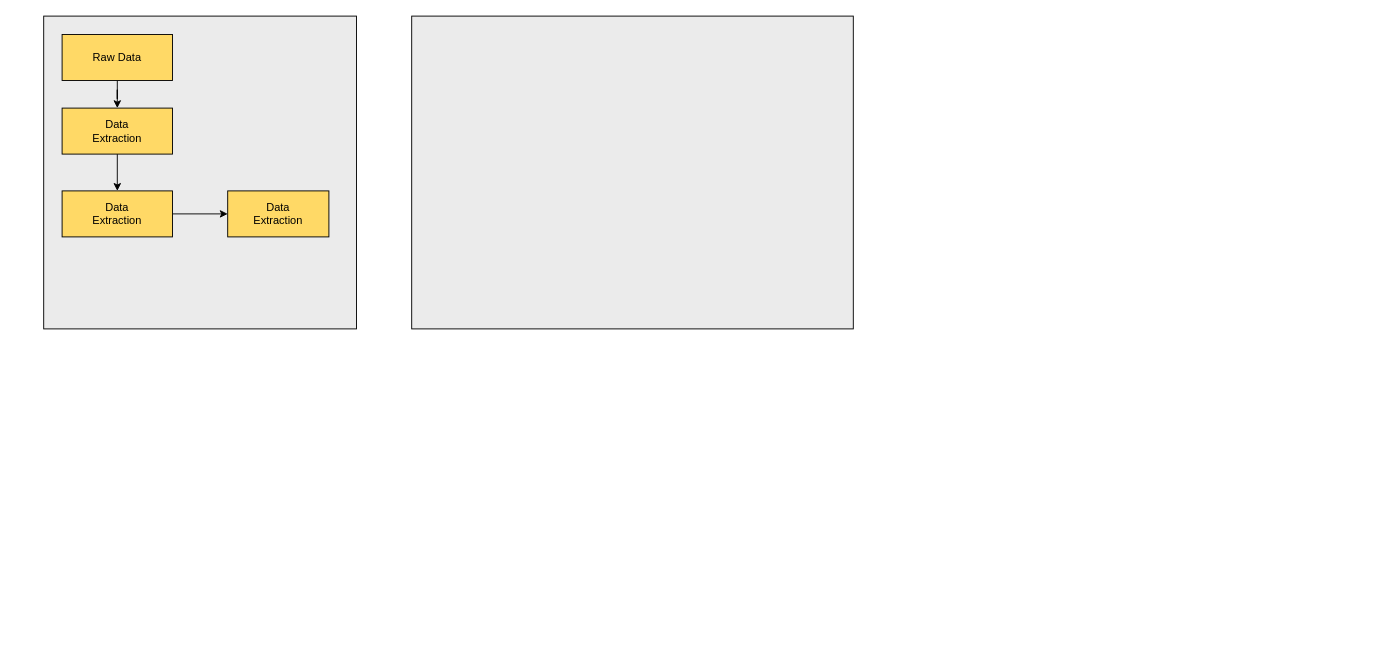
The draw.io diagram covid-tracker/Untitled Diagram.drawio in thorat-pratik/covid-tracker, before the edit. Source tidied: cells renumbered, new cells numbered last; positions are measured from the earlier drawing's top-left corner, leaving out a move shared by most shapes. Both pictures are drawn from the tidied source at 92%, with x=0, y=0 at pixel (43, 16).
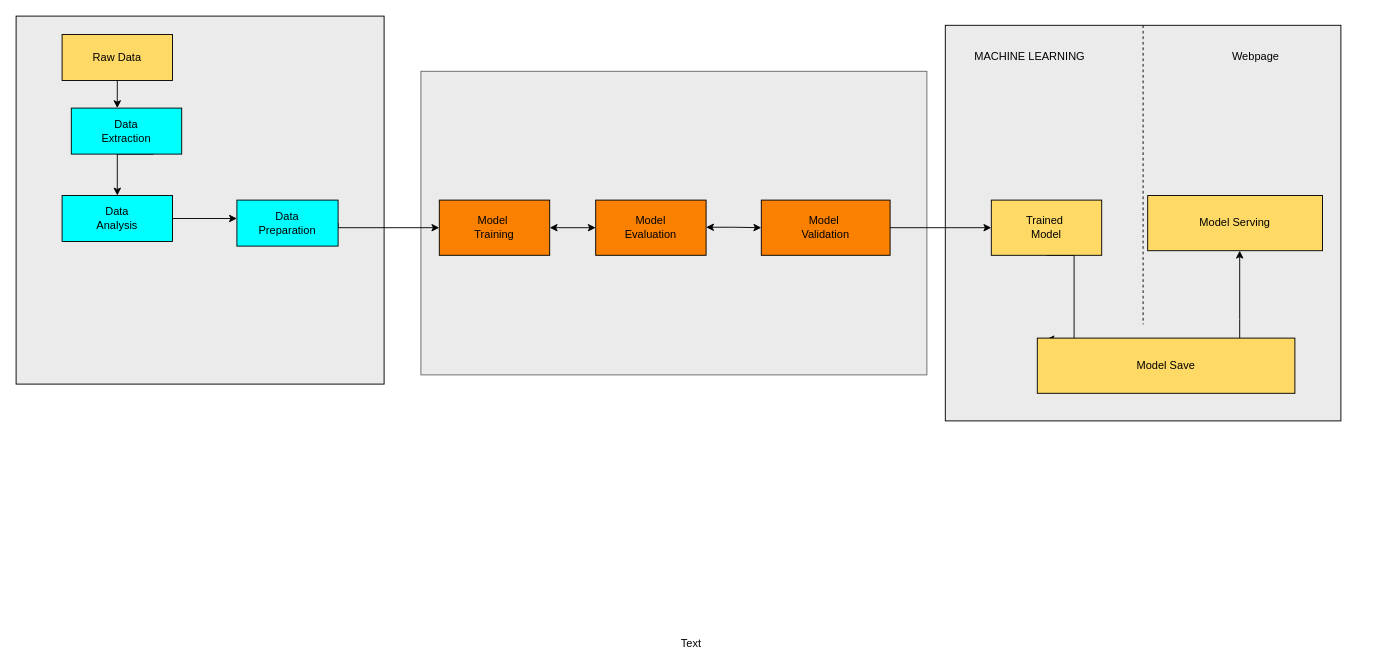
After the change.

The change refers to these unchanged cells:
```xml
<mxCell id="4" value="Raw Data" style="rounded=0;whiteSpace=wrap;html=1;fillColor=#FFD966;" parent="1" vertex="1">
  <mxGeometry x="20" y="20" width="120" height="50" as="geometry" />
</mxCell>
```

Diff of the diagram source:
```diff
@@
-    <mxCell id="2" style="whiteSpace=wrap;html=1;fillColor=#EBEBEB;" parent="1" vertex="1">
-      <mxGeometry width="340" height="340" as="geometry" />
-    </mxCell>
-    <mxCell id="3" style="edgeStyle=orthogonalEdgeStyle;rounded=0;jettySize=auto;html=1;" parent="1" edge="1" source="4" target="6">
-      <mxGeometry relative="1" as="geometry" />
-    </mxCell>
+    <mxCell id="11" style="whiteSpace=wrap;html=1;fillColor=#EBEBEB;gradientColor=none;" parent="1" vertex="1">
+      <mxGeometry x="-30" width="400" height="400" as="geometry" />
+    </mxCell>
+    <mxCell id="12" style="edgeStyle=orthogonalEdgeStyle;rounded=0;jettySize=auto;html=1;entryX=0.5;entryY=0;entryDx=0;entryDy=0;" parent="1" edge="1" target="33">
+      <mxGeometry relative="1" as="geometry">
+        <mxPoint x="119.5" y="150" as="sourcePoint" />
+        <Array as="points">
+          <mxPoint x="80" y="150" />
+        </Array>
+      </mxGeometry>
+    </mxCell>
+    <mxCell id="13" style="rounded=0;whiteSpace=wrap;html=1;fillColor=#EBEBEB;strokeColor=#666666;fontColor=#333333;gradientColor=none;" parent="1" vertex="1">
+      <mxGeometry x="410" y="60" width="550" height="330" as="geometry" />
+    </mxCell>
+    <mxCell id="14" style="edgeStyle=orthogonalEdgeStyle;rounded=0;jettySize=auto;html=1;" parent="1" edge="1" source="4" target="15">
+      <mxGeometry relative="1" as="geometry">
+        <Array as="points">
+          <mxPoint x="80" y="90" />
+          <mxPoint x="80" y="90" />
+        </Array>
+      </mxGeometry>
+    </mxCell>
@@
-    <mxCell id="5" style="edgeStyle=orthogonalEdgeStyle;rounded=0;jettySize=auto;html=1;" parent="1" edge="1" source="6" target="8">
-      <mxGeometry relative="1" as="geometry" />
-    </mxCell>
-    <mxCell id="6" value="Data &lt;br&gt;Extraction" style="rounded=0;whiteSpace=wrap;html=1;fillColor=#FFD966;" parent="1" vertex="1">
-      <mxGeometry x="20" y="100" width="120" height="50" as="geometry" />
-    </mxCell>
-    <mxCell id="7" style="edgeStyle=orthogonalEdgeStyle;rounded=0;jettySize=auto;html=1;" parent="1" edge="1" source="8" target="9">
-      <mxGeometry relative="1" as="geometry" />
-    </mxCell>
-    <mxCell id="8" value="Data &lt;br&gt;Extraction" style="rounded=0;whiteSpace=wrap;html=1;fillColor=#FFD966;" parent="1" vertex="1">
-      <mxGeometry x="20" y="190" width="120" height="50" as="geometry" />
-    </mxCell>
-    <mxCell id="9" value="Data &lt;br&gt;Extraction" style="rounded=0;whiteSpace=wrap;html=1;fillColor=#FFD966;" parent="1" vertex="1">
-      <mxGeometry x="200" y="190" width="110" height="50" as="geometry" />
-    </mxCell>
-    <mxCell id="10" style="rounded=0;whiteSpace=wrap;html=1;fillColor=#EBEBEB;" parent="1" vertex="1">
-      <mxGeometry x="400" width="480" height="340" as="geometry" />
-    </mxCell>
+    <mxCell id="15" value="Data &lt;br&gt;Extraction" style="rounded=0;whiteSpace=wrap;html=1;fillColor=#00FFFF;" parent="1" vertex="1">
+      <mxGeometry x="30" y="100" width="120" height="50" as="geometry" />
+    </mxCell>
+    <mxCell id="16" style="endArrow=classic;startArrow=none;html=1;rounded=0;entryX=0;entryY=0.5;entryDx=0;entryDy=0;" parent="1" edge="1" target="17">
+      <mxGeometry relative="1" as="geometry">
+        <mxPoint x="320" y="225" as="sourcePoint" />
+        <Array as="points">
+          <mxPoint x="320" y="230" />
+        </Array>
+      </mxGeometry>
+    </mxCell>
+    <mxCell id="17" value="Model&amp;nbsp;&lt;br&gt;Training" style="rounded=0;whiteSpace=wrap;html=1;fillColor=#F98000;" parent="1" vertex="1">
+      <mxGeometry x="430" y="200" width="120" height="60" as="geometry" />
+    </mxCell>
+    <mxCell id="18" value="Model&lt;br&gt;Evaluation" style="rounded=0;whiteSpace=wrap;html=1;fillColor=#F98000;" parent="1" vertex="1">
+      <mxGeometry x="600" y="200" width="120" height="60" as="geometry" />
+    </mxCell>
+    <mxCell id="19" value="Model&amp;nbsp;&lt;br&gt;Validation" style="rounded=0;whiteSpace=wrap;html=1;fillColor=#F98000;" parent="1" vertex="1">
+      <mxGeometry x="780" y="200" width="140" height="60" as="geometry" />
+    </mxCell>
+    <mxCell id="20" style="whiteSpace=wrap;html=1;fillColor=#EBEBEB;gradientColor=none;" parent="1" vertex="1">
+      <mxGeometry x="980" y="10" width="430" height="430" as="geometry" />
+    </mxCell>
+    <mxCell id="21" value="Text" style="text;html=1;align=left;verticalAlign=top;spacingTop=-4;" parent="1" vertex="1">
+      <mxGeometry x="691" y="672" width="40" height="20" as="geometry" />
+    </mxCell>
+    <mxCell id="22" style="edgeStyle=orthogonalEdgeStyle;rounded=0;jettySize=auto;html=1;exitX=0.5;exitY=1;exitDx=0;exitDy=0;entryX=0.036;entryY=0.019;entryDx=0;entryDy=0;entryPerimeter=0;" parent="1" edge="1" source="23" target="28">
+      <mxGeometry relative="1" as="geometry">
+        <Array as="points">
+          <mxPoint x="1120" y="260" />
+          <mxPoint x="1120" y="352" />
+        </Array>
+      </mxGeometry>
+    </mxCell>
+    <mxCell id="23" value="Trained&amp;nbsp;&lt;br&gt;Model" style="rounded=0;whiteSpace=wrap;html=1;fillColor=#FFD966;" parent="1" vertex="1">
+      <mxGeometry x="1030" y="200" width="120" height="60" as="geometry" />
+    </mxCell>
+    <mxCell id="24" value="MACHINE LEARNING" style="text;html=1;" parent="1" vertex="1">
+      <mxGeometry x="1010" y="30" width="150" height="30" as="geometry" />
+    </mxCell>
+    <mxCell id="25" value="Webpage" style="text;html=1;" parent="1" vertex="1">
+      <mxGeometry x="1290" y="30" width="150" height="30" as="geometry" />
+    </mxCell>
+    <mxCell id="26" style="endArrow=none;dashed=1;html=1;exitX=0.5;exitY=0;exitDx=0;exitDy=0;entryX=0.5;entryY=0.756;entryDx=0;entryDy=0;entryPerimeter=0;" parent="1" edge="1" source="20" target="20">
+      <mxGeometry relative="1" as="geometry" />
+    </mxCell>
+    <mxCell id="27" style="edgeStyle=orthogonalEdgeStyle;rounded=0;jettySize=auto;html=1;" parent="1" edge="1" source="28" target="29">
+      <mxGeometry relative="1" as="geometry">
+        <Array as="points">
+          <mxPoint x="1300" y="330" />
+          <mxPoint x="1300" y="330" />
+        </Array>
+      </mxGeometry>
+    </mxCell>
+    <mxCell id="28" value="Model Save" style="rounded=0;whiteSpace=wrap;html=1;fillColor=#FFD966;gradientColor=none;" parent="1" vertex="1">
+      <mxGeometry x="1080" y="350" width="280" height="60" as="geometry" />
+    </mxCell>
+    <mxCell id="29" value="Model Serving" style="rounded=0;whiteSpace=wrap;html=1;fillColor=#FFD966;gradientColor=none;" parent="1" vertex="1">
+      <mxGeometry x="1200" y="195" width="190" height="60" as="geometry" />
+    </mxCell>
+    <mxCell id="30" style="endArrow=classic;html=1;" parent="1" edge="1">
+      <mxGeometry relative="1" as="geometry">
+        <mxPoint x="920" y="230" as="sourcePoint" />
+        <mxPoint x="1030" y="230" as="targetPoint" />
+      </mxGeometry>
+    </mxCell>
+    <mxCell id="31" value="Data &lt;br&gt;Preparation" style="rounded=0;whiteSpace=wrap;html=1;fillColor=#00FFFF;" parent="1" vertex="1">
+      <mxGeometry x="210" y="200" width="110" height="50" as="geometry" />
+    </mxCell>
+    <mxCell id="32" style="edgeStyle=orthogonalEdgeStyle;rounded=0;jettySize=auto;html=1;" parent="1" edge="1" source="33">
+      <mxGeometry relative="1" as="geometry">
+        <mxPoint x="210" y="220" as="targetPoint" />
+        <Array as="points">
+          <mxPoint x="210" y="220" />
+          <mxPoint x="210" y="220" />
+        </Array>
+      </mxGeometry>
+    </mxCell>
+    <mxCell id="33" value="Data &lt;br&gt;Analysis" style="rounded=0;whiteSpace=wrap;html=1;fillColor=#00FFFF;" parent="1" vertex="1">
+      <mxGeometry x="20" y="195" width="120" height="50" as="geometry" />
+    </mxCell>
+    <mxCell id="34" style="endArrow=classic;startArrow=classic;html=1;rounded=0;exitX=1;exitY=0.5;exitDx=0;exitDy=0;entryX=0;entryY=0.5;entryDx=0;entryDy=0;" parent="1" edge="1" source="17" target="18">
+      <mxGeometry relative="1" as="geometry" />
+    </mxCell>
+    <mxCell id="35" style="endArrow=classic;startArrow=classic;html=1;rounded=0;exitX=1;exitY=0.5;exitDx=0;exitDy=0;entryX=0;entryY=0.5;entryDx=0;entryDy=0;" parent="1" edge="1" target="19">
+      <mxGeometry relative="1" as="geometry">
+        <mxPoint x="720" y="229.5" as="sourcePoint" />
+        <Array as="points">
+          <mxPoint x="750" y="229.5" />
+        </Array>
+      </mxGeometry>
+    </mxCell>
```
